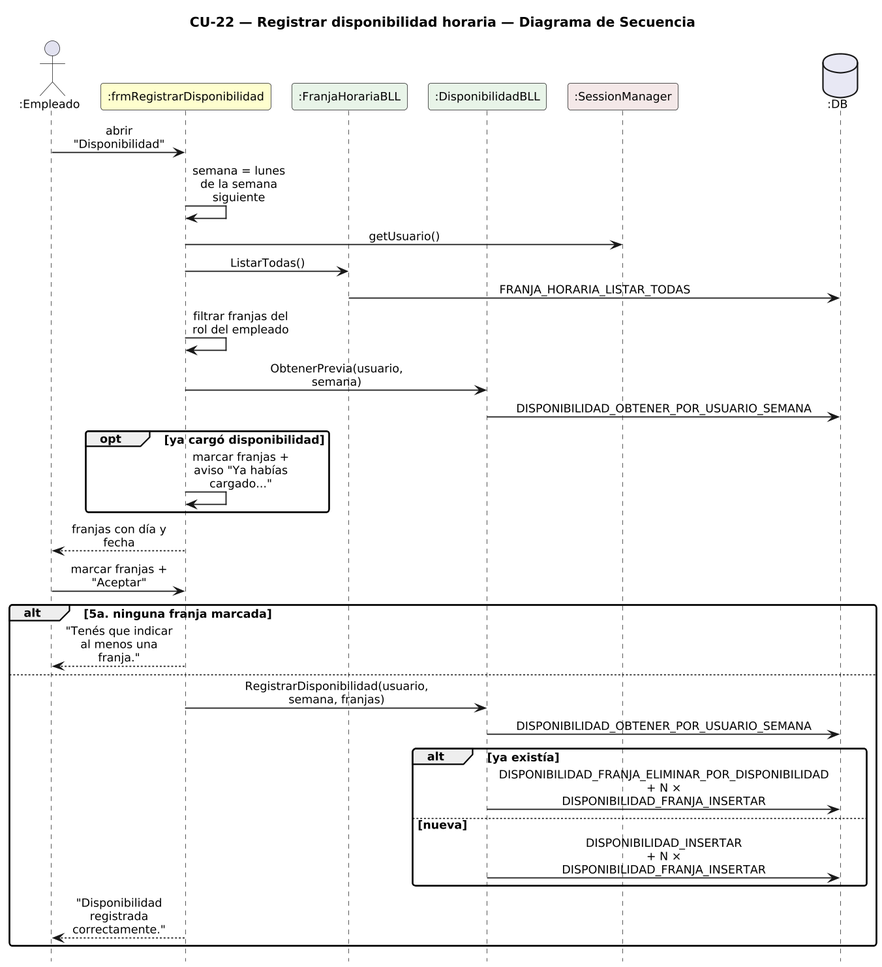
This is DIAGRAMAS/DiagramaSecuencia_CU22_RegistrarDisponibilidad.png from Urrels/ingenieria_software, a PlantUML export, as it was before one commit.
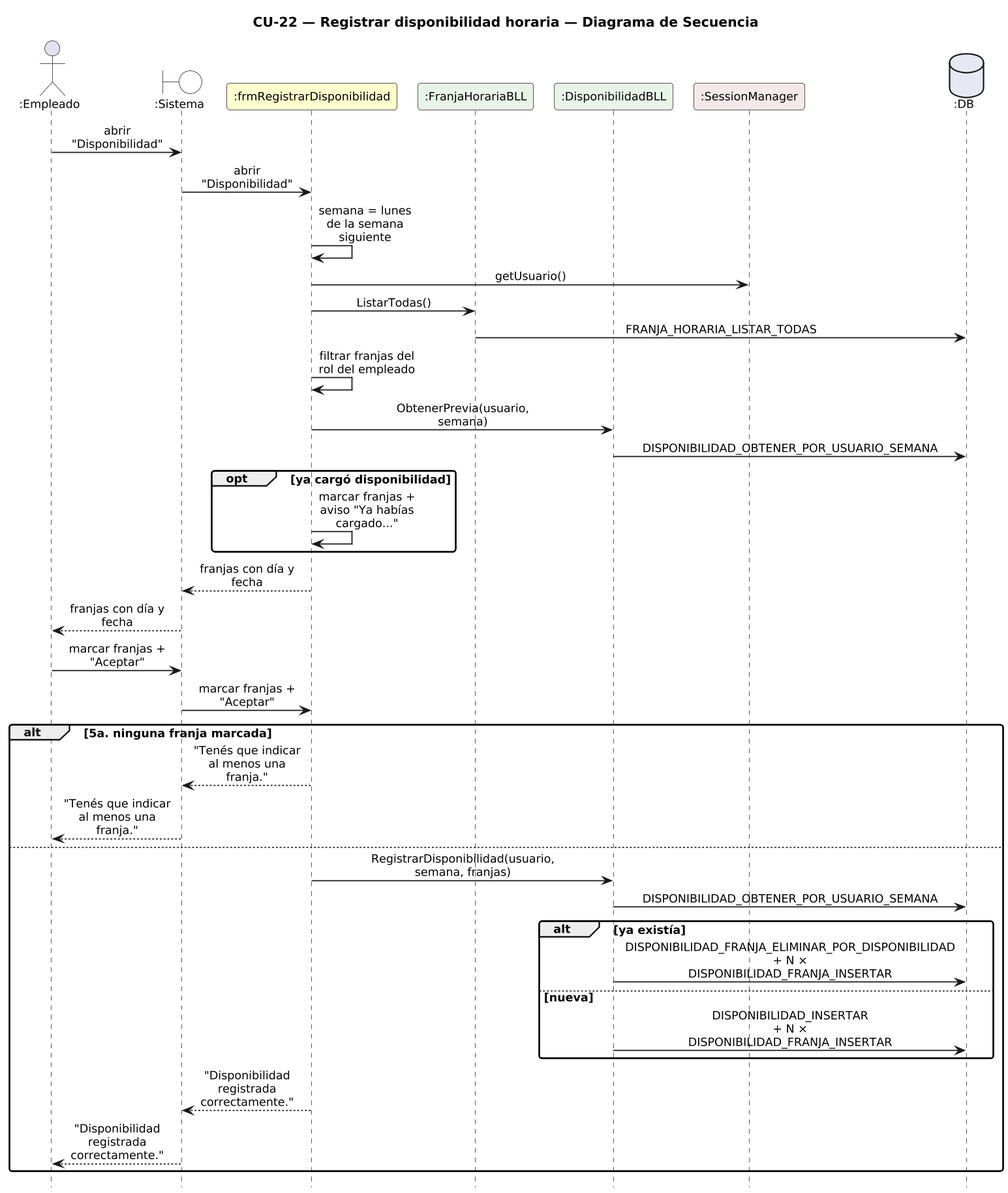
The same diagram one commit later.

Change to the diagram source:
```diff
@@ -14,13 +14,15 @@
 hide footbox
 
 actor ":Empleado" as E
+boundary ":Sistema" as SYS #FFFFFF
 participant ":frmRegistrarDisponibilidad" as F #FEFECE
 participant ":FranjaHorariaBLL" as FB #E8F4E8
 participant ":DisponibilidadBLL" as D #E8F4E8
 participant ":SessionManager" as S #F4E8E8
 database ":DB" as DB #E8E8F4
 
-E -> F : abrir "Disponibilidad"
+E -> SYS : abrir "Disponibilidad"
+SYS -> F : abrir "Disponibilidad"
 F -> F : semana = lunes de la semana siguiente
 F -> S : getUsuario()
 F -> FB : ListarTodas()
@@ -31,10 +33,13 @@
 opt ya cargó disponibilidad
   F -> F : marcar franjas + aviso "Ya habías cargado..."
 end
-F --> E : franjas con día y fecha
-E -> F : marcar franjas + "Aceptar"
+F --> SYS : franjas con día y fecha
+SYS --> E : franjas con día y fecha
+E -> SYS : marcar franjas + "Aceptar"
+SYS -> F : marcar franjas + "Aceptar"
 alt 5a. ninguna franja marcada
-  F --> E : "Tenés que indicar al menos una franja."
+  F --> SYS : "Tenés que indicar al menos una franja."
+  SYS --> E : "Tenés que indicar al menos una franja."
 else
   F -> D : RegistrarDisponibilidad(usuario, semana, franjas)
   D -> DB : DISPONIBILIDAD_OBTENER_POR_USUARIO_SEMANA
@@ -43,7 +48,8 @@
   else nueva
     D -> DB : DISPONIBILIDAD_INSERTAR\n+ N × DISPONIBILIDAD_FRANJA_INSERTAR
   end
-  F --> E : "Disponibilidad registrada correctamente."
+  F --> SYS : "Disponibilidad registrada correctamente."
+  SYS --> E : "Disponibilidad registrada correctamente."
 end
 
 @enduml
```
